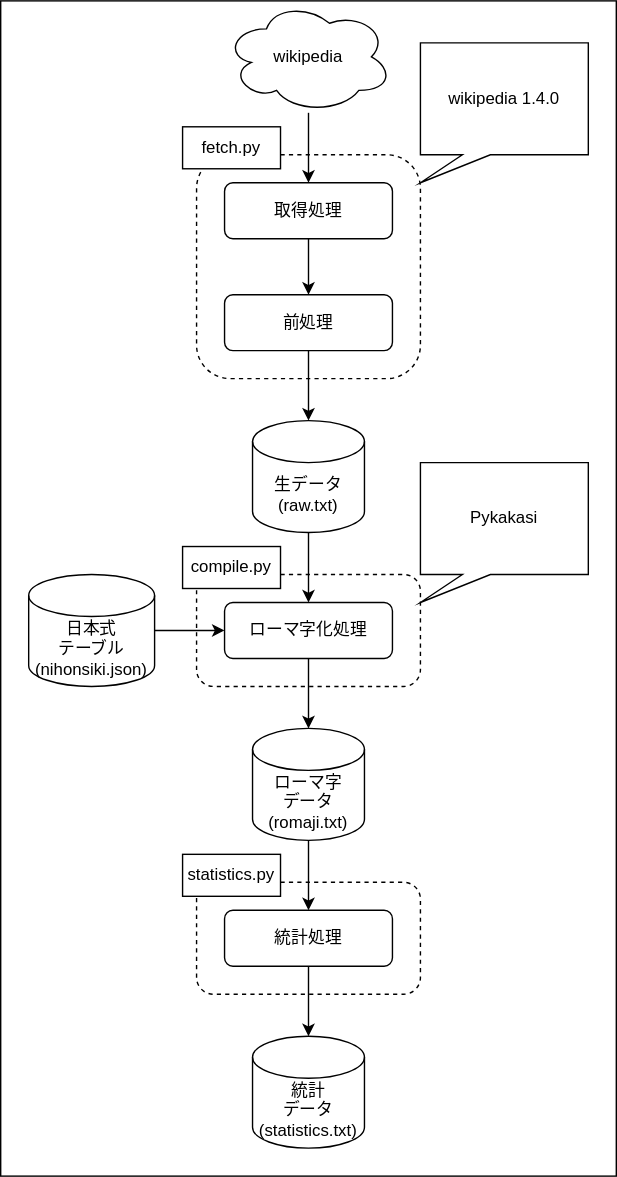
The draw.io diagram docs/pipeline.dio.svg in 6ppng/romaji, before a commit. Source tidied: cells renumbered, new cells last; positions are measured from the earlier drawing's top-left corner, leaving out a move shared by most shapes.
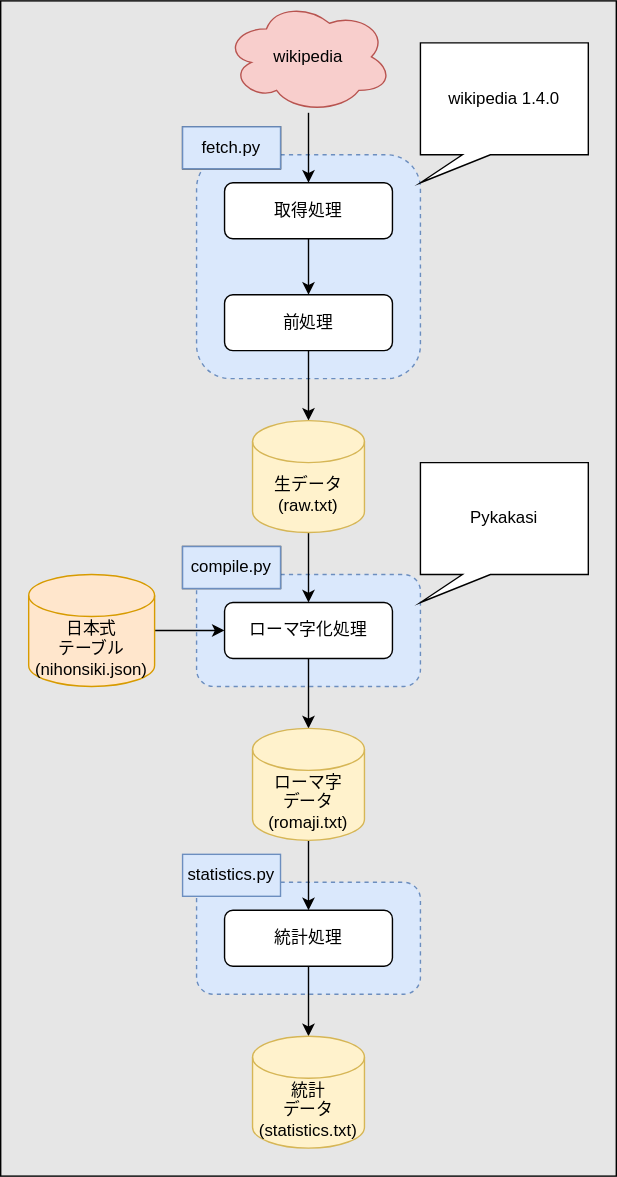
Later version of the same file.

Commit message:
[update] 処理フロー図

Change to the diagram source:
```diff
@@ -2,16 +2,16 @@
   <root>
     <mxCell id="0" />
     <mxCell id="1" parent="0" />
-    <mxCell id="2" style="rounded=0;whiteSpace=wrap;html=1;fillColor=#FFFFFF;" parent="1" vertex="1">
+    <mxCell id="2" style="rounded=0;whiteSpace=wrap;html=1;fillColor=#E6E6E6;gradientColor=none;" parent="1" vertex="1">
       <mxGeometry width="440" height="840" as="geometry" />
     </mxCell>
-    <mxCell id="3" style="rounded=1;whiteSpace=wrap;html=1;dashed=1;" parent="1" vertex="1">
+    <mxCell id="3" style="rounded=1;whiteSpace=wrap;html=1;dashed=1;fillColor=#dae8fc;strokeColor=#6c8ebf;" parent="1" vertex="1">
       <mxGeometry x="140" y="630" width="160" height="80" as="geometry" />
     </mxCell>
-    <mxCell id="4" style="rounded=1;whiteSpace=wrap;html=1;dashed=1;" parent="1" vertex="1">
+    <mxCell id="4" style="rounded=1;whiteSpace=wrap;html=1;dashed=1;fillColor=#dae8fc;strokeColor=#6c8ebf;" parent="1" vertex="1">
       <mxGeometry x="140" y="410" width="160" height="80" as="geometry" />
     </mxCell>
-    <mxCell id="5" style="rounded=1;whiteSpace=wrap;html=1;dashed=1;" parent="1" vertex="1">
+    <mxCell id="5" style="rounded=1;whiteSpace=wrap;html=1;dashed=1;fillColor=#dae8fc;strokeColor=#6c8ebf;" parent="1" vertex="1">
       <mxGeometry x="140" y="110" width="160" height="160" as="geometry" />
     </mxCell>
     <mxCell id="6" style="edgeStyle=none;html=1;entryX=0.5;entryY=0;entryDx=0;entryDy=0;" parent="1" edge="1" target="9">
@@ -19,7 +19,7 @@
         <mxPoint x="220" y="80" as="sourcePoint" />
       </mxGeometry>
     </mxCell>
-    <mxCell id="7" value="wikipedia" style="ellipse;shape=cloud;whiteSpace=wrap;html=1;" parent="1" vertex="1">
+    <mxCell id="7" value="wikipedia" style="ellipse;shape=cloud;whiteSpace=wrap;html=1;fillColor=#f8cecc;strokeColor=#b85450;" parent="1" vertex="1">
       <mxGeometry x="160" width="120" height="80" as="geometry" />
     </mxCell>
     <mxCell id="8" style="edgeStyle=none;html=1;exitX=0.5;exitY=1;exitDx=0;exitDy=0;entryX=0.5;entryY=0;entryDx=0;entryDy=0;" parent="1" edge="1" source="9" target="11">
@@ -37,7 +37,7 @@
     <mxCell id="12" style="edgeStyle=none;html=1;exitX=0.5;exitY=1;exitDx=0;exitDy=0;exitPerimeter=0;entryX=0.5;entryY=0;entryDx=0;entryDy=0;" parent="1" edge="1" source="13" target="15">
       <mxGeometry relative="1" as="geometry" />
     </mxCell>
-    <mxCell id="13" value="生データ&lt;br&gt;(raw.txt)" style="shape=cylinder3;whiteSpace=wrap;html=1;boundedLbl=1;backgroundOutline=1;size=15;" parent="1" vertex="1">
+    <mxCell id="13" value="生データ&lt;br&gt;(raw.txt)" style="shape=cylinder3;whiteSpace=wrap;html=1;boundedLbl=1;backgroundOutline=1;size=15;fillColor=#fff2cc;strokeColor=#d6b656;" parent="1" vertex="1">
       <mxGeometry x="180" y="300" width="80" height="80" as="geometry" />
     </mxCell>
     <mxCell id="14" style="edgeStyle=none;html=1;exitX=0.5;exitY=1;exitDx=0;exitDy=0;entryX=0.5;entryY=0;entryDx=0;entryDy=0;entryPerimeter=0;" parent="1" edge="1" source="15" target="17">
@@ -49,7 +49,7 @@
     <mxCell id="16" style="edgeStyle=none;html=1;exitX=0.5;exitY=1;exitDx=0;exitDy=0;exitPerimeter=0;entryX=0.5;entryY=0;entryDx=0;entryDy=0;" parent="1" edge="1" source="17" target="19">
       <mxGeometry relative="1" as="geometry" />
     </mxCell>
-    <mxCell id="17" value="ローマ字&lt;br&gt;データ&lt;br&gt;(romaji.txt)" style="shape=cylinder3;whiteSpace=wrap;html=1;boundedLbl=1;backgroundOutline=1;size=15;" parent="1" vertex="1">
+    <mxCell id="17" value="ローマ字&lt;br&gt;データ&lt;br&gt;(romaji.txt)" style="shape=cylinder3;whiteSpace=wrap;html=1;boundedLbl=1;backgroundOutline=1;size=15;fillColor=#fff2cc;strokeColor=#d6b656;" parent="1" vertex="1">
       <mxGeometry x="180" y="520" width="80" height="80" as="geometry" />
     </mxCell>
     <mxCell id="18" style="edgeStyle=none;html=1;exitX=0.5;exitY=1;exitDx=0;exitDy=0;entryX=0.5;entryY=0;entryDx=0;entryDy=0;entryPerimeter=0;" parent="1" edge="1" source="19" target="20">
@@ -58,13 +58,13 @@
     <mxCell id="19" value="統計処理" style="rounded=1;whiteSpace=wrap;html=1;" parent="1" vertex="1">
       <mxGeometry x="160" y="650" width="120" height="40" as="geometry" />
     </mxCell>
-    <mxCell id="20" value="統計&lt;br&gt;データ&lt;br&gt;(statistics.txt)" style="shape=cylinder3;whiteSpace=wrap;html=1;boundedLbl=1;backgroundOutline=1;size=15;" parent="1" vertex="1">
+    <mxCell id="20" value="統計&lt;br&gt;データ&lt;br&gt;(statistics.txt)" style="shape=cylinder3;whiteSpace=wrap;html=1;boundedLbl=1;backgroundOutline=1;size=15;fillColor=#fff2cc;strokeColor=#d6b656;" parent="1" vertex="1">
       <mxGeometry x="180" y="740" width="80" height="80" as="geometry" />
     </mxCell>
     <mxCell id="21" style="edgeStyle=none;html=1;exitX=1;exitY=0.5;exitDx=0;exitDy=0;exitPerimeter=0;" parent="1" edge="1" source="22" target="15">
       <mxGeometry relative="1" as="geometry" />
     </mxCell>
-    <mxCell id="22" value="日本式&lt;br&gt;テーブル&lt;br&gt;(nihonsiki.json)" style="shape=cylinder3;whiteSpace=wrap;html=1;boundedLbl=1;backgroundOutline=1;size=15;" parent="1" vertex="1">
+    <mxCell id="22" value="日本式&lt;br&gt;テーブル&lt;br&gt;(nihonsiki.json)" style="shape=cylinder3;whiteSpace=wrap;html=1;boundedLbl=1;backgroundOutline=1;size=15;fillColor=#ffe6cc;strokeColor=#d79b00;" parent="1" vertex="1">
       <mxGeometry x="20" y="410" width="90" height="80" as="geometry" />
     </mxCell>
     <mxCell id="23" value="wikipedia 1.4.0" style="shape=callout;whiteSpace=wrap;html=1;perimeter=calloutPerimeter;position2=0;size=20;position=0.25;base=20;" parent="1" vertex="1">
@@ -79,8 +79,14 @@
     <mxCell id="26" value="compile.py" style="text;html=1;strokeColor=default;fillColor=default;align=center;verticalAlign=middle;whiteSpace=wrap;rounded=0;" parent="1" vertex="1">
       <mxGeometry x="130" y="390" width="70" height="30" as="geometry" />
     </mxCell>
-    <mxCell id="27" value="statistics.py" style="text;html=1;strokeColor=default;fillColor=default;align=center;verticalAlign=middle;whiteSpace=wrap;rounded=0;" parent="1" vertex="1">
+    <mxCell id="27" value="statistics.py" style="text;html=1;strokeColor=#6c8ebf;fillColor=#dae8fc;align=center;verticalAlign=middle;whiteSpace=wrap;rounded=0;" parent="1" vertex="1">
       <mxGeometry x="130" y="610" width="70" height="30" as="geometry" />
     </mxCell>
+    <mxCell id="28" value="compile.py" style="text;html=1;strokeColor=#6c8ebf;fillColor=#dae8fc;align=center;verticalAlign=middle;whiteSpace=wrap;rounded=0;" parent="1" vertex="1">
+      <mxGeometry x="130" y="390" width="70" height="30" as="geometry" />
+    </mxCell>
+    <mxCell id="29" value="fetch.py" style="text;html=1;strokeColor=#6c8ebf;fillColor=#dae8fc;align=center;verticalAlign=middle;whiteSpace=wrap;rounded=0;" parent="1" vertex="1">
+      <mxGeometry x="130" y="90" width="70" height="30" as="geometry" />
+    </mxCell>
   </root>
 </mxGraphModel>
```
